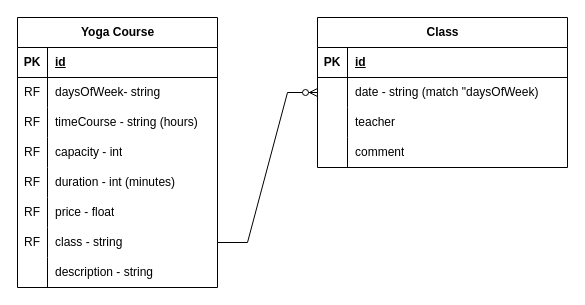
HungBuii/Yoga-App keeps this draw.io diagram as page "Database" (1 of 2) of YogaApp.drawio. Above is the earlier version. Source tidied: cells renumbered, new cells numbered last; positions are measured from the earlier drawing's top-left corner, leaving out a move shared by most shapes. Both pictures are drawn from the tidied source at 100%, with x=0, y=0 at pixel (17, 17).
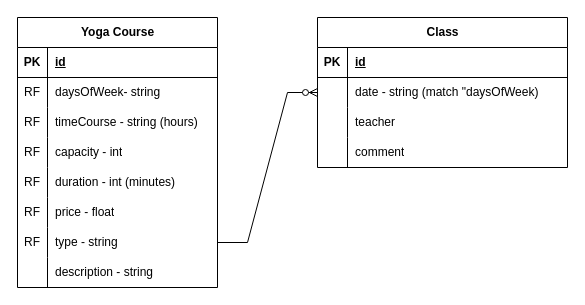
The same diagram, later.

The change refers to these unchanged cells:
```xml
<mxCell id="21" style="shape=tableRow;horizontal=0;startSize=0;swimlaneHead=0;swimlaneBody=0;fillColor=none;points=[[0,0.5],[1,0.5]];portConstraint=eastwest;top=0;left=0;right=0;bottom=0;" parent="2" vertex="1">
  <mxGeometry y="210" width="200" height="30" as="geometry" />
</mxCell>
```

Diff of the diagram source:
```diff
@@
-    <mxCell id="23" value="class - string" style="shape=partialRectangle;fillColor=none;top=0;left=0;bottom=0;right=0;align=left;spacingLeft=6;overflow=hidden;whiteSpace=wrap;html=1;" parent="21" vertex="1">
+    <mxCell id="23" value="type - string" style="shape=partialRectangle;fillColor=none;top=0;left=0;bottom=0;right=0;align=left;spacingLeft=6;overflow=hidden;whiteSpace=wrap;html=1;" parent="21" vertex="1">
       <mxGeometry x="30" width="170" height="30" as="geometry" />
     </mxCell>
```
